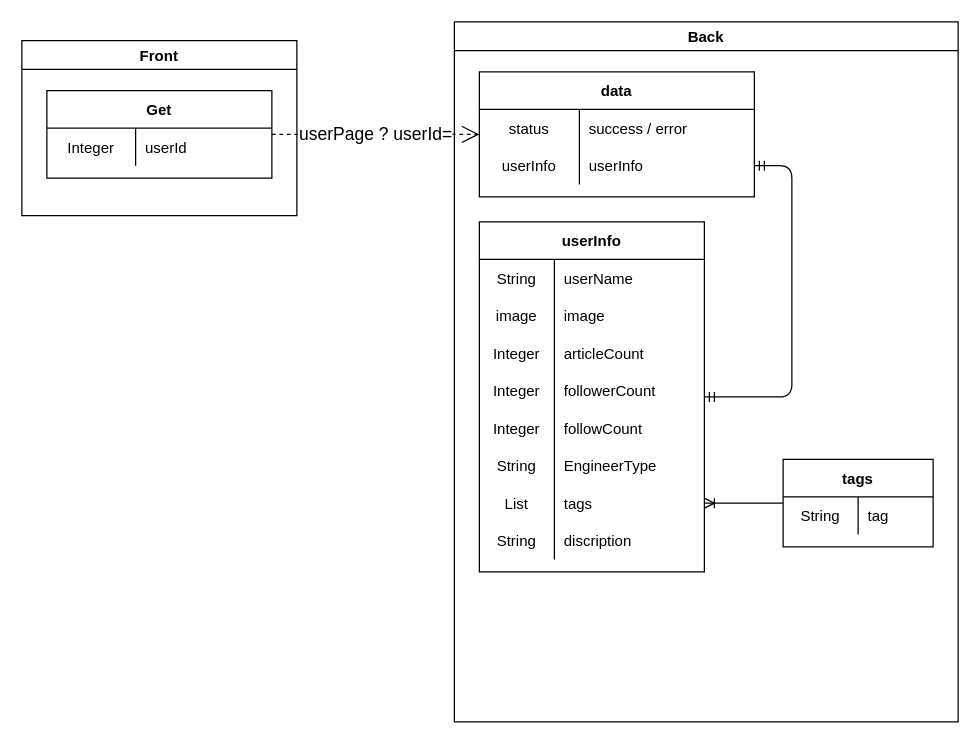
This is page "マイページ表示" (4 of 16) of Designs/基本設計.drawio from yusuke-rakus/Qiish, a draw.io file, before an edit. Source tidied: cells renumbered, new cells numbered last; positions are measured from the earlier drawing's top-left corner, leaving out a move shared by most shapes. Both pictures are drawn from the tidied source at 125%, with x=0, y=0 at pixel (21, 21).
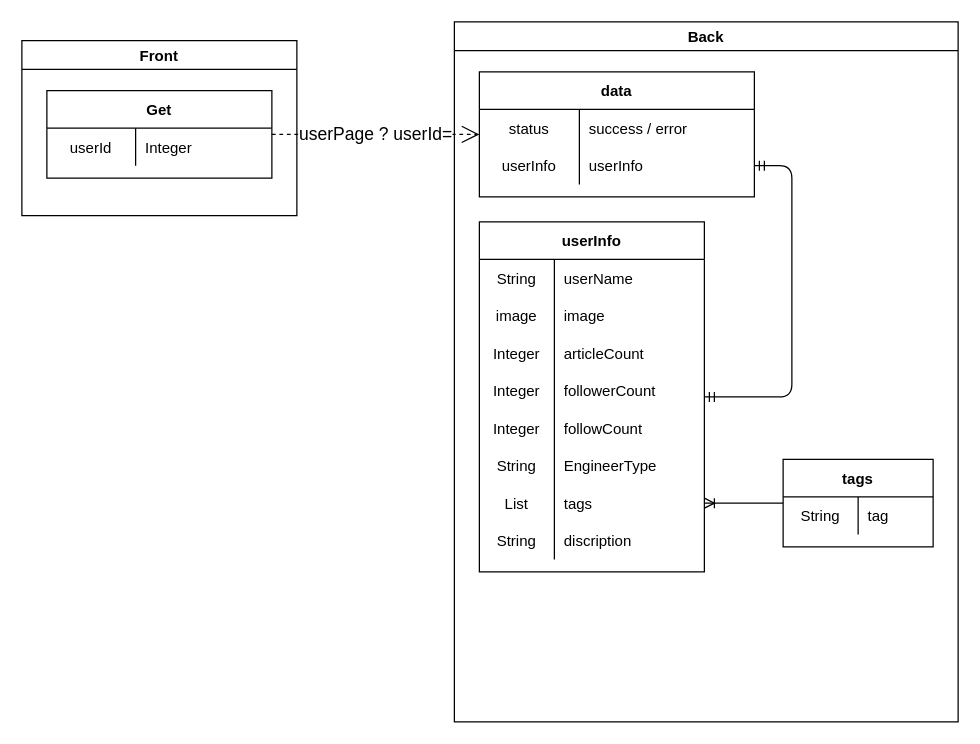
After the change.

Unchanged cells that the change refers to:
```xml
<mxCell id="4" style="shape=partialRectangle;fillColor=none;top=0;left=0;bottom=0;right=0;" parent="3" vertex="1">
  <mxGeometry y="30" width="180" height="30" as="geometry" />
</mxCell>
```

The edit, as a diff of the source:
```diff
@@
-    <mxCell id="5" value="Integer" style="shape=partialRectangle;fillColor=none;top=0;left=0;bottom=0;right=0;overflow=hidden;" parent="4" vertex="1">
+    <mxCell id="5" value="userId" style="shape=partialRectangle;fillColor=none;top=0;left=0;bottom=0;right=0;overflow=hidden;" parent="4" vertex="1">
       <mxGeometry width="71" height="30" as="geometry" />
     </mxCell>
-    <mxCell id="6" value="userId" style="shape=partialRectangle;fillColor=none;top=0;left=0;bottom=0;right=0;align=left;spacingLeft=6;overflow=hidden;" parent="4" vertex="1">
+    <mxCell id="6" value="Integer" style="shape=partialRectangle;fillColor=none;top=0;left=0;bottom=0;right=0;align=left;spacingLeft=6;overflow=hidden;" parent="4" vertex="1">
       <mxGeometry x="71" width="109" height="30" as="geometry" />
     </mxCell>
```
